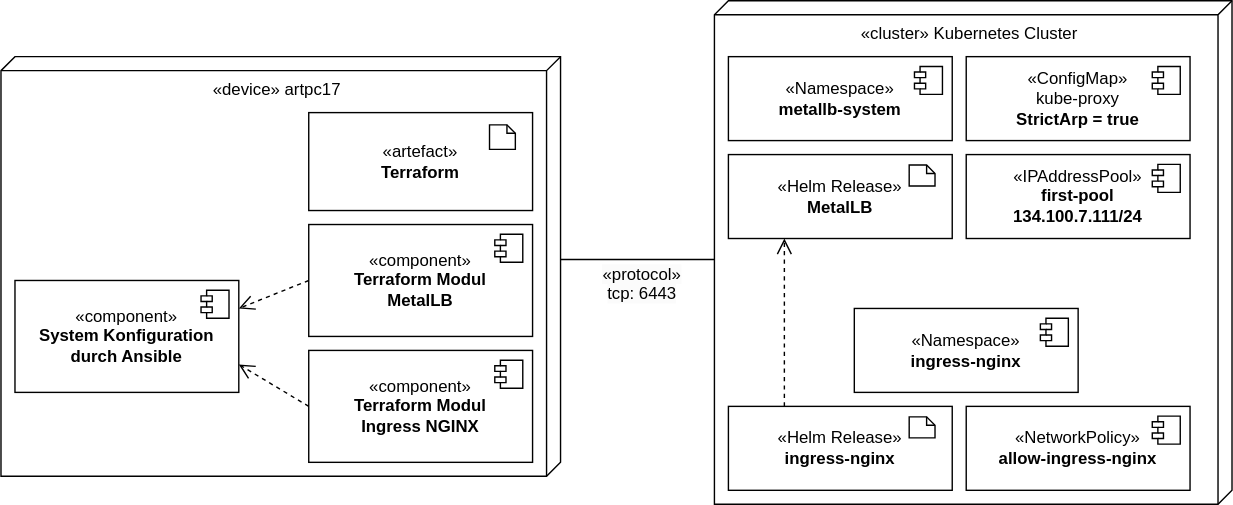
Above: uni-bsc/dd-routing.drawio.svg in pogii123/drawio-charts (draw.io), before the change. Source tidied: cells renumbered, new cells last; positions are measured from the earlier drawing's top-left corner, leaving out a move shared by most shapes.
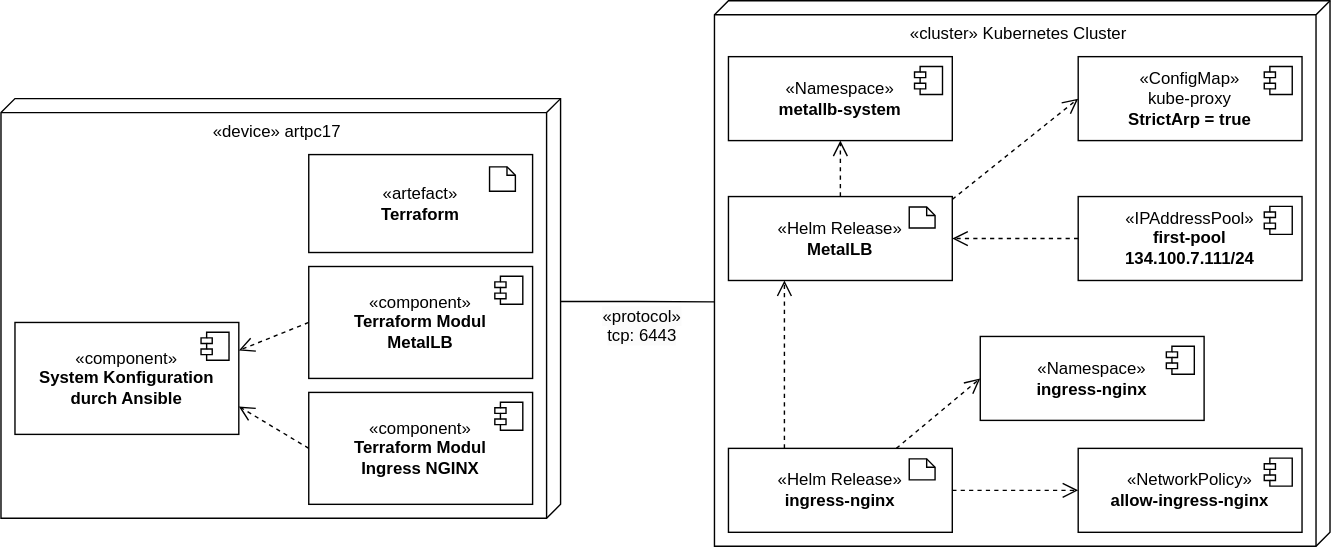
After the change.

What changed in the source:
```diff
@@ -3,7 +3,7 @@
     <mxCell id="0" />
     <mxCell id="1" parent="0" />
     <mxCell id="2" value="«cluster» Kubernetes Cluster" style="verticalAlign=top;align=center;shape=cube;size=10;direction=south;html=1;boundedLbl=1;spacingLeft=5;whiteSpace=wrap;" parent="1" vertex="1">
-      <mxGeometry x="510" width="370" height="360" as="geometry" />
+      <mxGeometry x="510" y="-30" width="440" height="390" as="geometry" />
     </mxCell>
     <mxCell id="3" value="«device» artpc17" style="verticalAlign=top;align=center;shape=cube;size=10;direction=south;html=1;boundedLbl=1;spacingLeft=5;whiteSpace=wrap;" parent="1" vertex="1">
       <mxGeometry y="40" width="400" height="300" as="geometry" />
@@ -36,7 +36,7 @@
         <mxPoint x="-27" y="7" as="offset" />
       </mxGeometry>
     </mxCell>
-    <mxCell id="12" style="edgeStyle=orthogonalEdgeStyle;rounded=0;jettySize=auto;html=1;exitX=0;exitY=0;exitDx=145;exitDy=0;exitPerimeter=0;endArrow=none;endFill=0;entryX=0;entryY=0;entryDx=185;entryDy=370;entryPerimeter=0;" parent="1" edge="1" source="3" target="2">
+    <mxCell id="12" style="edgeStyle=orthogonalEdgeStyle;rounded=0;jettySize=auto;html=1;exitX=0;exitY=0;exitDx=145;exitDy=0;exitPerimeter=0;endArrow=none;endFill=0;entryX=0.552;entryY=1;entryDx=0;entryDy=0;entryPerimeter=0;" parent="1" edge="1" source="3" target="2">
       <mxGeometry relative="1" as="geometry" />
     </mxCell>
     <mxCell id="13" value="&lt;span style=&quot;font-size: 12px; text-wrap: wrap; background-color: rgb(251, 251, 251);&quot;&gt;«protocol»&lt;br&gt;tcp: 6443&lt;br&gt;&lt;br&gt;&lt;/span&gt;" style="edgeLabel;html=1;align=center;verticalAlign=middle;" parent="12" vertex="1">
@@ -56,7 +56,7 @@
       <mxGeometry relative="1" as="geometry" />
     </mxCell>
     <mxCell id="17" value="«Namespace»&lt;b&gt;&lt;br&gt;metallb-system&lt;/b&gt;" style="html=1;whiteSpace=wrap;" parent="1" vertex="1">
-      <mxGeometry x="520" y="40" width="160" height="60" as="geometry" />
+      <mxGeometry x="520" y="10" width="160" height="60" as="geometry" />
     </mxCell>
     <mxCell id="18" style="shape=module;jettyWidth=8;jettyHeight=4;" parent="17" vertex="1">
       <mxGeometry x="1" width="20" height="20" relative="1" as="geometry">
@@ -64,7 +64,7 @@
       </mxGeometry>
     </mxCell>
     <mxCell id="19" value="«ConfigMap»&lt;div&gt;kube-proxy&lt;br&gt;&lt;b&gt;StrictArp = true&lt;/b&gt;&lt;/div&gt;" style="html=1;whiteSpace=wrap;" parent="1" vertex="1">
-      <mxGeometry x="690" y="40" width="160" height="60" as="geometry" />
+      <mxGeometry x="770" y="10" width="160" height="60" as="geometry" />
     </mxCell>
     <mxCell id="20" style="shape=module;jettyWidth=8;jettyHeight=4;" parent="19" vertex="1">
       <mxGeometry x="1" width="20" height="20" relative="1" as="geometry">
@@ -81,7 +81,7 @@
       <mxGeometry x="129.2" y="7.5" width="18.5" height="15" as="geometry" />
     </mxCell>
     <mxCell id="24" value="«IPAddressPool»&lt;b&gt;&lt;br&gt;first-pool&lt;/b&gt;&lt;div&gt;&lt;b&gt;134.100.7.111/24&lt;/b&gt;&lt;/div&gt;" style="html=1;whiteSpace=wrap;" parent="1" vertex="1">
-      <mxGeometry x="690" y="110" width="160" height="60" as="geometry" />
+      <mxGeometry x="770" y="110" width="160" height="60" as="geometry" />
     </mxCell>
     <mxCell id="25" style="shape=module;jettyWidth=8;jettyHeight=4;" parent="24" vertex="1">
       <mxGeometry x="1" width="20" height="20" relative="1" as="geometry">
@@ -89,7 +89,7 @@
       </mxGeometry>
     </mxCell>
     <mxCell id="26" value="«Namespace»&lt;b&gt;&lt;br&gt;ingress-nginx&lt;/b&gt;" style="html=1;whiteSpace=wrap;" parent="1" vertex="1">
-      <mxGeometry x="610" y="220" width="160" height="60" as="geometry" />
+      <mxGeometry x="700" y="210" width="160" height="60" as="geometry" />
     </mxCell>
     <mxCell id="27" style="shape=module;jettyWidth=8;jettyHeight=4;" parent="26" vertex="1">
       <mxGeometry x="1" width="20" height="20" relative="1" as="geometry">
@@ -97,7 +97,7 @@
       </mxGeometry>
     </mxCell>
     <mxCell id="28" value="«NetworkPolicy»&lt;b&gt;&lt;br&gt;allow-ingress-nginx&lt;/b&gt;" style="html=1;whiteSpace=wrap;" parent="1" vertex="1">
-      <mxGeometry x="690" y="290" width="160" height="60" as="geometry" />
+      <mxGeometry x="770" y="290" width="160" height="60" as="geometry" />
     </mxCell>
     <mxCell id="29" style="shape=module;jettyWidth=8;jettyHeight=4;" parent="28" vertex="1">
       <mxGeometry x="1" width="20" height="20" relative="1" as="geometry">
@@ -116,5 +116,22 @@
     <mxCell id="33" style="rounded=0;jettySize=auto;html=1;exitX=0.25;exitY=0;exitDx=0;exitDy=0;entryX=0.25;entryY=1;entryDx=0;entryDy=0;dashed=1;endArrow=open;endFill=0;strokeWidth=1;endSize=9;startSize=6;" parent="1" edge="1" source="31" target="22">
       <mxGeometry relative="1" as="geometry" />
     </mxCell>
+    <mxCell id="34" style="rounded=0;jettySize=auto;html=1;exitX=0;exitY=0.5;exitDx=0;exitDy=0;dashed=1;endArrow=open;endFill=0;strokeWidth=1;endSize=9;startSize=6;entryX=1;entryY=0.5;entryDx=0;entryDy=0;" parent="1" edge="1" source="24" target="22">
+      <mxGeometry relative="1" as="geometry" />
+    </mxCell>
+    <mxCell id="35" style="rounded=0;jettySize=auto;html=1;dashed=1;endArrow=open;endFill=0;strokeWidth=1;endSize=9;startSize=6;entryX=0;entryY=0.5;entryDx=0;entryDy=0;" parent="1" edge="1" target="19">
+      <mxGeometry relative="1" as="geometry">
+        <mxPoint x="680" y="112" as="sourcePoint" />
+      </mxGeometry>
+    </mxCell>
+    <mxCell id="36" style="rounded=0;jettySize=auto;html=1;dashed=1;endArrow=open;endFill=0;strokeWidth=1;endSize=9;startSize=6;entryX=0.5;entryY=1;entryDx=0;entryDy=0;exitX=0.5;exitY=0;exitDx=0;exitDy=0;" parent="1" edge="1" source="22" target="17">
+      <mxGeometry relative="1" as="geometry" />
+    </mxCell>
+    <mxCell id="37" style="rounded=0;jettySize=auto;html=1;exitX=0.75;exitY=0;exitDx=0;exitDy=0;entryX=0;entryY=0.5;entryDx=0;entryDy=0;dashed=1;endArrow=open;endFill=0;strokeWidth=1;endSize=9;startSize=6;" parent="1" edge="1" source="31" target="26">
+      <mxGeometry relative="1" as="geometry" />
+    </mxCell>
+    <mxCell id="38" style="rounded=0;jettySize=auto;html=1;exitX=1;exitY=0.5;exitDx=0;exitDy=0;entryX=0;entryY=0.5;entryDx=0;entryDy=0;dashed=1;endArrow=open;endFill=0;strokeWidth=1;endSize=9;startSize=6;" parent="1" edge="1" source="31" target="28">
+      <mxGeometry relative="1" as="geometry" />
+    </mxCell>
   </root>
 </mxGraphModel>
```
